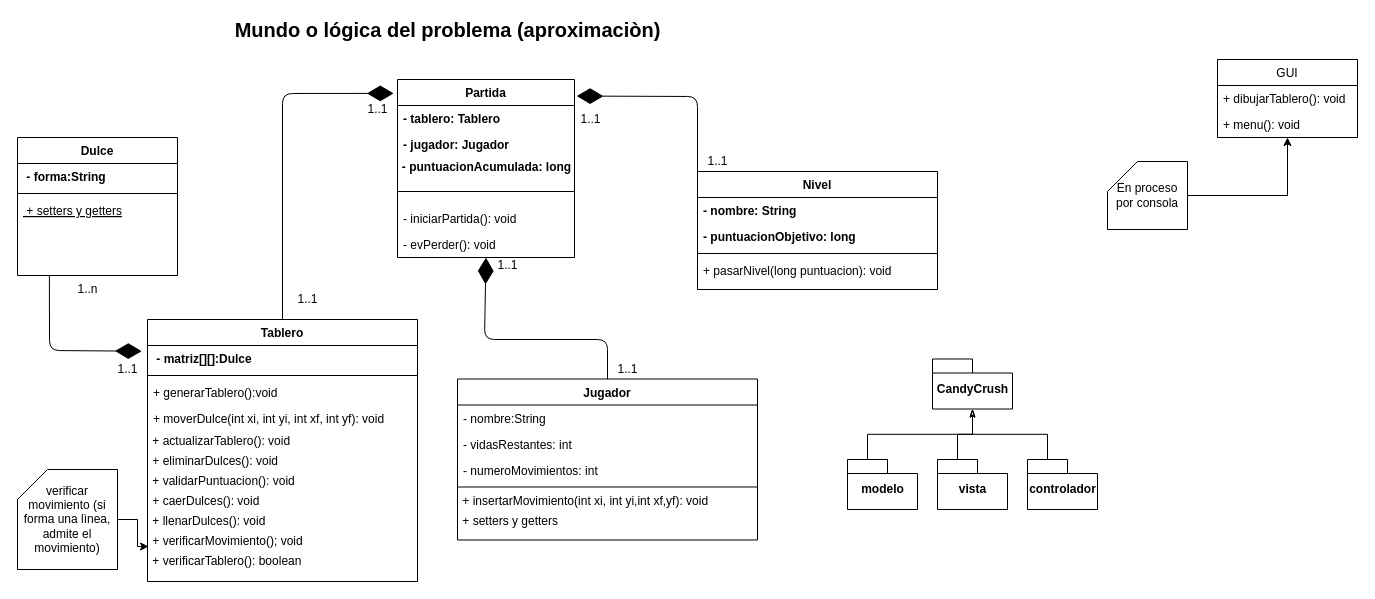
Before: Model/CandyCrush.drawio in JeanCarlos911/candy-crush, a draw.io diagram. Source tidied: cells renumbered, new cells numbered last; positions are measured from the earlier drawing's top-left corner, leaving out a move shared by most shapes. Both pictures are drawn from the tidied source at 100%, with x=0, y=0 at pixel (17, 19).
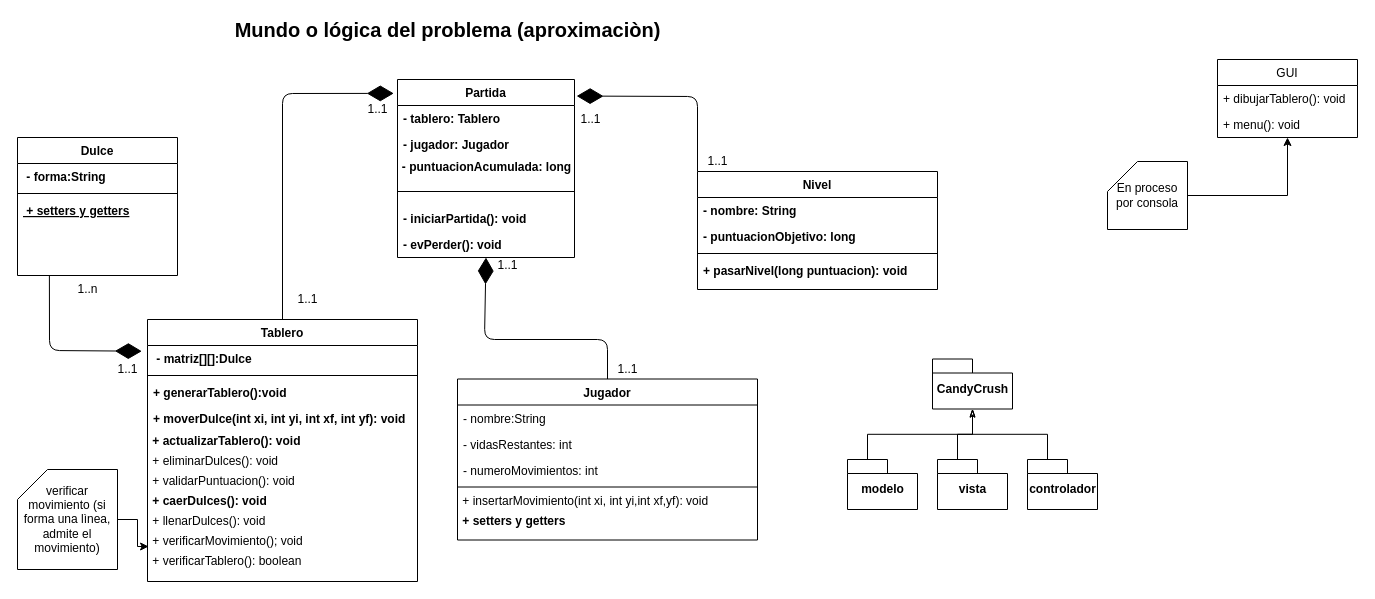
After the change.

Commit message:
se añadió BOLD

Unchanged cells that the change refers to:
```xml
<mxCell id="3" value="Partida" style="swimlane;fontStyle=1;align=center;verticalAlign=top;horizontal=1;startSize=26;rounded=0;shadow=0;strokeWidth=1;" parent="1" vertex="1">
  <mxGeometry x="380" y="60" width="177" height="178" as="geometry" />
</mxCell>
<mxCell id="24" value="Tablero&#10;" style="swimlane;fontStyle=1;align=center;verticalAlign=top;horizontal=1;startSize=26;rounded=0;shadow=0;strokeWidth=1;" parent="1" vertex="1">
  <mxGeometry x="130" y="300" width="270" height="262" as="geometry" />
</mxCell>
<mxCell id="36" value="Jugador" style="swimlane;fontStyle=1;align=center;verticalAlign=top;horizontal=1;startSize=26;rounded=0;shadow=0;strokeWidth=1;" parent="1" vertex="1">
  <mxGeometry x="440" y="359.5" width="300" height="161" as="geometry" />
</mxCell>
<mxCell id="55" value="Dulce" style="swimlane;fontStyle=1;align=center;verticalAlign=top;horizontal=1;startSize=26;rounded=0;shadow=0;strokeWidth=1;" parent="1" vertex="1">
  <mxGeometry y="118" width="160" height="138" as="geometry" />
</mxCell>
<mxCell id="59" value="Nivel" style="swimlane;fontStyle=1;align=center;verticalAlign=top;horizontal=1;startSize=26;rounded=0;shadow=0;strokeWidth=1;" parent="1" vertex="1">
  <mxGeometry x="680" y="152" width="240" height="118" as="geometry" />
</mxCell>
```

What changed in the source:
```diff
@@
-    <mxCell id="8" value="- iniciarPartida(): void" style="text;align=left;verticalAlign=top;spacingLeft=4;spacingRight=4;overflow=hidden;fontStyle=0;" parent="3" vertex="1">
+    <mxCell id="8" value="- iniciarPartida(): void" style="text;align=left;verticalAlign=top;spacingLeft=4;spacingRight=4;overflow=hidden;fontStyle=1;" parent="3" vertex="1">
       <mxGeometry y="126" width="177" height="26" as="geometry" />
     </mxCell>
-    <mxCell id="9" value="- evPerder(): void" style="text;align=left;verticalAlign=top;spacingLeft=4;spacingRight=4;overflow=hidden;fontStyle=0;" parent="3" vertex="1">
+    <mxCell id="9" value="- evPerder(): void" style="text;align=left;verticalAlign=top;spacingLeft=4;spacingRight=4;overflow=hidden;fontStyle=1;" parent="3" vertex="1">
       <mxGeometry y="152" width="177" height="26" as="geometry" />
     </mxCell>
@@
-    <mxCell id="27" value="+ generarTablero():void" style="text;align=left;verticalAlign=top;spacingLeft=4;spacingRight=4;overflow=hidden;fontStyle=0;" parent="24" vertex="1">
+    <mxCell id="27" value="+ generarTablero():void" style="text;align=left;verticalAlign=top;spacingLeft=4;spacingRight=4;overflow=hidden;fontStyle=1;" parent="24" vertex="1">
       <mxGeometry y="60" width="270" height="26" as="geometry" />
     </mxCell>
-    <mxCell id="28" value="+ moverDulce(int xi, int yi, int xf, int yf): void" style="text;align=left;verticalAlign=top;spacingLeft=4;spacingRight=4;overflow=hidden;fontStyle=0;" parent="24" vertex="1">
+    <mxCell id="28" value="+ moverDulce(int xi, int yi, int xf, int yf): void" style="text;align=left;verticalAlign=top;spacingLeft=4;spacingRight=4;overflow=hidden;fontStyle=1;" parent="24" vertex="1">
       <mxGeometry y="86" width="270" height="26" as="geometry" />
     </mxCell>
-    <mxCell id="29" value="&amp;nbsp;+ actualizarTablero(): void" style="text;html=1;align=left;verticalAlign=middle;" parent="24" vertex="1">
+    <mxCell id="29" value="&lt;b&gt;&amp;nbsp;+ actualizarTablero(): void&lt;/b&gt;" style="text;html=1;align=left;verticalAlign=middle;" parent="24" vertex="1">
       <mxGeometry y="112" width="270" height="20" as="geometry" />
     </mxCell>
@@
-    <mxCell id="32" value="&amp;nbsp;+ caerDulces(): void" style="text;html=1;align=left;verticalAlign=middle;" parent="24" vertex="1">
+    <mxCell id="32" value="&lt;b&gt;&amp;nbsp;+ caerDulces(): void&lt;/b&gt;" style="text;html=1;align=left;verticalAlign=middle;" parent="24" vertex="1">
       <mxGeometry y="172" width="270" height="20" as="geometry" />
     </mxCell>
@@
-    <mxCell id="42" value="&amp;nbsp;+ setters y getters" style="text;html=1;align=left;verticalAlign=middle;" parent="36" vertex="1">
+    <mxCell id="42" value="&lt;b&gt;&amp;nbsp;+ setters y getters&lt;/b&gt;" style="text;html=1;align=left;verticalAlign=middle;" parent="36" vertex="1">
       <mxGeometry y="132" width="300" height="20" as="geometry" />
     </mxCell>
@@
-    <mxCell id="58" value=" + setters y getters" style="text;align=left;verticalAlign=top;spacingLeft=4;spacingRight=4;overflow=hidden;fontStyle=4;" parent="55" vertex="1">
+    <mxCell id="58" value=" + setters y getters" style="text;align=left;verticalAlign=top;spacingLeft=4;spacingRight=4;overflow=hidden;fontStyle=5;" parent="55" vertex="1">
       <mxGeometry y="60" width="160" height="26" as="geometry" />
     </mxCell>
@@
-    <mxCell id="63" value="+ pasarNivel(long puntuacion): void" style="text;align=left;verticalAlign=top;spacingLeft=4;spacingRight=4;overflow=hidden;fontStyle=0;" parent="59" vertex="1">
+    <mxCell id="63" value="+ pasarNivel(long puntuacion): void" style="text;align=left;verticalAlign=top;spacingLeft=4;spacingRight=4;overflow=hidden;fontStyle=1;" parent="59" vertex="1">
       <mxGeometry y="86" width="240" height="26" as="geometry" />
     </mxCell>
```
